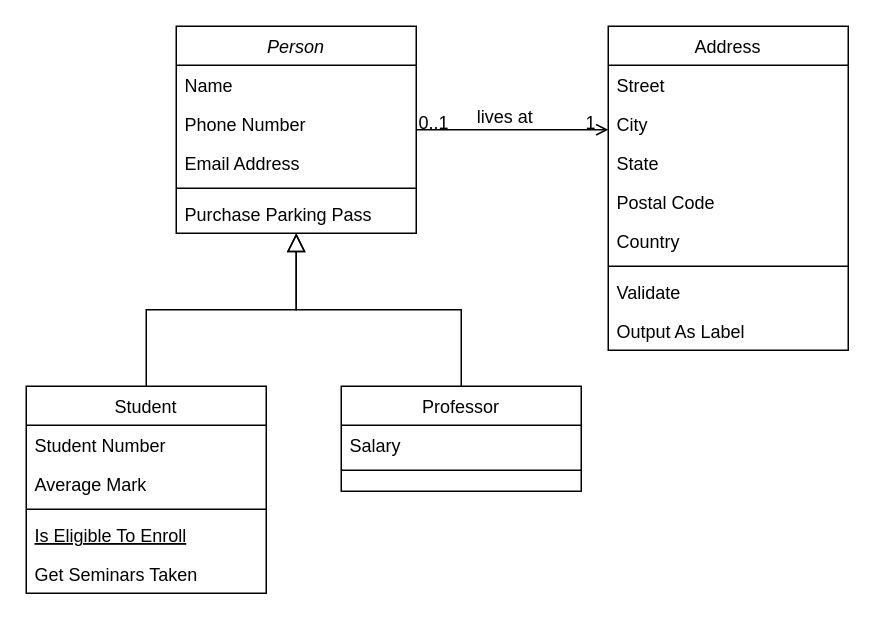
Above: Team HYDR-8 (Frontend UML Class Diagram).drawio.drawio in team-hydr8/class_diagrams (draw.io), before the change. Source tidied: cells renumbered, new cells numbered last; positions are measured from the earlier drawing's top-left corner, leaving out a move shared by most shapes. Both pictures are drawn from the tidied source at 150%, with x=0, y=0 at pixel (26, 26).
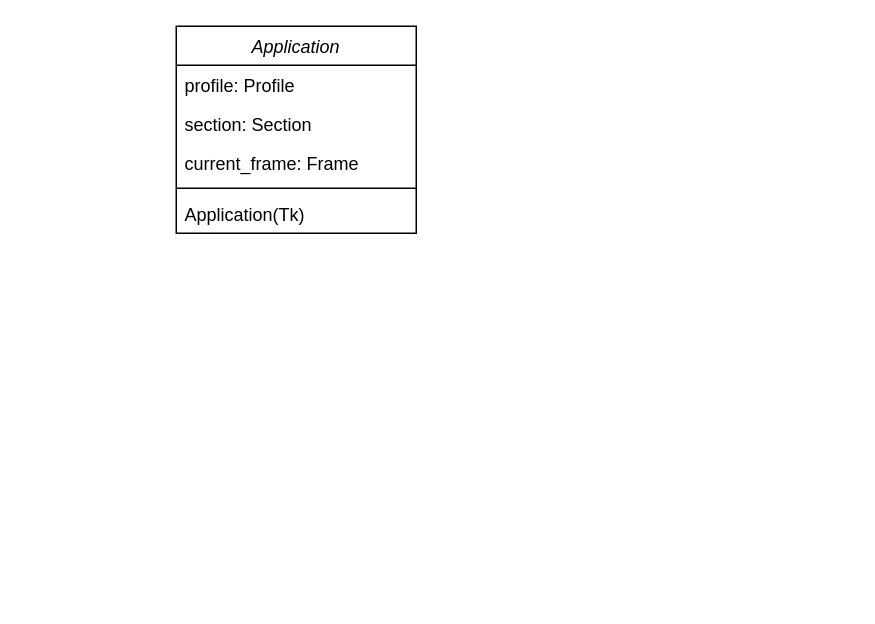
The same page after the edit.

Change to the diagram source:
```diff
@@
-    <mxCell id="2" value="Person" style="swimlane;fontStyle=2;align=center;verticalAlign=top;horizontal=1;startSize=26;rounded=0;shadow=0;strokeWidth=1;" parent="1" vertex="1">
+    <mxCell id="2" value="Application" style="swimlane;fontStyle=2;align=center;verticalAlign=top;horizontal=1;startSize=26;rounded=0;shadow=0;strokeWidth=1;" parent="1" vertex="1">
       <mxGeometry x="100" width="160" height="138" as="geometry" />
     </mxCell>
-    <mxCell id="3" value="Name" style="text;align=left;verticalAlign=top;spacingLeft=4;spacingRight=4;overflow=hidden;" parent="2" vertex="1">
+    <mxCell id="3" value="profile: Profile" style="text;align=left;verticalAlign=top;spacingLeft=4;spacingRight=4;overflow=hidden;" parent="2" vertex="1">
       <mxGeometry y="26" width="160" height="26" as="geometry" />
     </mxCell>
-    <mxCell id="4" value="Phone Number" style="text;align=left;verticalAlign=top;spacingLeft=4;spacingRight=4;overflow=hidden;rounded=0;shadow=0;html=0;" parent="2" vertex="1">
+    <mxCell id="4" value="section: Section" style="text;align=left;verticalAlign=top;spacingLeft=4;spacingRight=4;overflow=hidden;rounded=0;shadow=0;html=0;" parent="2" vertex="1">
       <mxGeometry y="52" width="160" height="26" as="geometry" />
     </mxCell>
-    <mxCell id="5" value="Email Address" style="text;align=left;verticalAlign=top;spacingLeft=4;spacingRight=4;overflow=hidden;rounded=0;shadow=0;html=0;" parent="2" vertex="1">
+    <mxCell id="5" value="current_frame: Frame" style="text;align=left;verticalAlign=top;spacingLeft=4;spacingRight=4;overflow=hidden;rounded=0;shadow=0;html=0;" parent="2" vertex="1">
       <mxGeometry y="78" width="160" height="26" as="geometry" />
     </mxCell>
@@
-    <mxCell id="7" value="Purchase Parking Pass" style="text;align=left;verticalAlign=top;spacingLeft=4;spacingRight=4;overflow=hidden;" parent="2" vertex="1">
+    <mxCell id="7" value="Application(Tk)" style="text;align=left;verticalAlign=top;spacingLeft=4;spacingRight=4;overflow=hidden;" parent="2" vertex="1">
       <mxGeometry y="112" width="160" height="26" as="geometry" />
     </mxCell>
-    <mxCell id="8" value="Student" style="swimlane;fontStyle=0;align=center;verticalAlign=top;horizontal=1;startSize=26;rounded=0;shadow=0;strokeWidth=1;" parent="1" vertex="1">
-      <mxGeometry y="240" width="160" height="138" as="geometry" />
-    </mxCell>
-    <mxCell id="9" value="Student Number" style="text;align=left;verticalAlign=top;spacingLeft=4;spacingRight=4;overflow=hidden;" parent="8" vertex="1">
-      <mxGeometry y="26" width="160" height="26" as="geometry" />
-    </mxCell>
-    <mxCell id="10" value="Average Mark" style="text;align=left;verticalAlign=top;spacingLeft=4;spacingRight=4;overflow=hidden;rounded=0;shadow=0;html=0;" parent="8" vertex="1">
-      <mxGeometry y="52" width="160" height="26" as="geometry" />
-    </mxCell>
-    <mxCell id="11" style="line;html=1;strokeWidth=1;align=left;verticalAlign=middle;spacingTop=-1;spacingLeft=3;spacingRight=3;labelPosition=right;" parent="8" vertex="1">
-      <mxGeometry y="78" width="160" height="8" as="geometry" />
-    </mxCell>
-    <mxCell id="12" value="Is Eligible To Enroll" style="text;align=left;verticalAlign=top;spacingLeft=4;spacingRight=4;overflow=hidden;fontStyle=4;" parent="8" vertex="1">
-      <mxGeometry y="86" width="160" height="26" as="geometry" />
-    </mxCell>
-    <mxCell id="13" value="Get Seminars Taken" style="text;align=left;verticalAlign=top;spacingLeft=4;spacingRight=4;overflow=hidden;" parent="8" vertex="1">
-      <mxGeometry y="112" width="160" height="26" as="geometry" />
-    </mxCell>
-    <mxCell id="14" style="endArrow=block;endSize=10;endFill=0;shadow=0;strokeWidth=1;rounded=0;curved=0;edgeStyle=elbowEdgeStyle;elbow=vertical;" parent="1" edge="1" source="8" target="2">
-      <mxGeometry relative="1" as="geometry" />
-    </mxCell>
-    <mxCell id="15" value="Professor" style="swimlane;fontStyle=0;align=center;verticalAlign=top;horizontal=1;startSize=26;rounded=0;shadow=0;strokeWidth=1;" parent="1" vertex="1">
-      <mxGeometry x="210" y="240" width="160" height="70" as="geometry" />
-    </mxCell>
-    <mxCell id="16" value="Salary" style="text;align=left;verticalAlign=top;spacingLeft=4;spacingRight=4;overflow=hidden;" parent="15" vertex="1">
-      <mxGeometry y="26" width="160" height="26" as="geometry" />
-    </mxCell>
-    <mxCell id="17" style="line;html=1;strokeWidth=1;align=left;verticalAlign=middle;spacingTop=-1;spacingLeft=3;spacingRight=3;labelPosition=right;" parent="15" vertex="1">
-      <mxGeometry y="52" width="160" height="8" as="geometry" />
-    </mxCell>
-    <mxCell id="18" style="endArrow=block;endSize=10;endFill=0;shadow=0;strokeWidth=1;rounded=0;curved=0;edgeStyle=elbowEdgeStyle;elbow=vertical;" parent="1" edge="1" source="15" target="2">
-      <mxGeometry relative="1" as="geometry" />
-    </mxCell>
-    <mxCell id="19" value="Address" style="swimlane;fontStyle=0;align=center;verticalAlign=top;horizontal=1;startSize=26;rounded=0;shadow=0;strokeWidth=1;" parent="1" vertex="1">
-      <mxGeometry x="388" width="160" height="216" as="geometry" />
-    </mxCell>
-    <mxCell id="20" value="Street" style="text;align=left;verticalAlign=top;spacingLeft=4;spacingRight=4;overflow=hidden;" parent="19" vertex="1">
-      <mxGeometry y="26" width="160" height="26" as="geometry" />
-    </mxCell>
-    <mxCell id="21" value="City" style="text;align=left;verticalAlign=top;spacingLeft=4;spacingRight=4;overflow=hidden;rounded=0;shadow=0;html=0;" parent="19" vertex="1">
-      <mxGeometry y="52" width="160" height="26" as="geometry" />
-    </mxCell>
-    <mxCell id="22" value="State" style="text;align=left;verticalAlign=top;spacingLeft=4;spacingRight=4;overflow=hidden;rounded=0;shadow=0;html=0;" parent="19" vertex="1">
-      <mxGeometry y="78" width="160" height="26" as="geometry" />
-    </mxCell>
-    <mxCell id="23" value="Postal Code" style="text;align=left;verticalAlign=top;spacingLeft=4;spacingRight=4;overflow=hidden;rounded=0;shadow=0;html=0;" parent="19" vertex="1">
-      <mxGeometry y="104" width="160" height="26" as="geometry" />
-    </mxCell>
-    <mxCell id="24" value="Country" style="text;align=left;verticalAlign=top;spacingLeft=4;spacingRight=4;overflow=hidden;rounded=0;shadow=0;html=0;" parent="19" vertex="1">
-      <mxGeometry y="130" width="160" height="26" as="geometry" />
-    </mxCell>
-    <mxCell id="25" style="line;html=1;strokeWidth=1;align=left;verticalAlign=middle;spacingTop=-1;spacingLeft=3;spacingRight=3;labelPosition=right;" parent="19" vertex="1">
-      <mxGeometry y="156" width="160" height="8" as="geometry" />
-    </mxCell>
-    <mxCell id="26" value="Validate" style="text;align=left;verticalAlign=top;spacingLeft=4;spacingRight=4;overflow=hidden;" parent="19" vertex="1">
-      <mxGeometry y="164" width="160" height="26" as="geometry" />
-    </mxCell>
-    <mxCell id="27" value="Output As Label" style="text;align=left;verticalAlign=top;spacingLeft=4;spacingRight=4;overflow=hidden;" parent="19" vertex="1">
-      <mxGeometry y="190" width="160" height="26" as="geometry" />
-    </mxCell>
-    <mxCell id="28" style="endArrow=open;shadow=0;strokeWidth=1;rounded=0;curved=0;endFill=1;edgeStyle=elbowEdgeStyle;elbow=vertical;" parent="1" edge="1" source="2" target="19">
-      <mxGeometry x="0.5" y="41" relative="1" as="geometry">
-        <mxPoint x="-40" y="32" as="offset" />
-      </mxGeometry>
-    </mxCell>
-    <mxCell id="29" value="0..1" style="align=left;verticalAlign=bottom;labelBackgroundColor=none;fontSize=12;" parent="28" vertex="1">
-      <mxGeometry x="-1" relative="1" as="geometry">
-        <mxPoint y="4" as="offset" />
-      </mxGeometry>
-    </mxCell>
-    <mxCell id="30" value="1" style="align=right;verticalAlign=bottom;labelBackgroundColor=none;fontSize=12;" parent="28" vertex="1">
-      <mxGeometry x="1" relative="1" as="geometry">
-        <mxPoint x="-7" y="4" as="offset" />
-      </mxGeometry>
-    </mxCell>
-    <mxCell id="31" value="lives at" style="text;html=1;align=center;verticalAlign=middle;labelBackgroundColor=none;rounded=0;shadow=0;strokeWidth=1;fontSize=12;" parent="28" vertex="1">
-      <mxGeometry x="0.5" y="49" relative="1" as="geometry">
-        <mxPoint x="-38" y="40" as="offset" />
-      </mxGeometry>
-    </mxCell>
```
